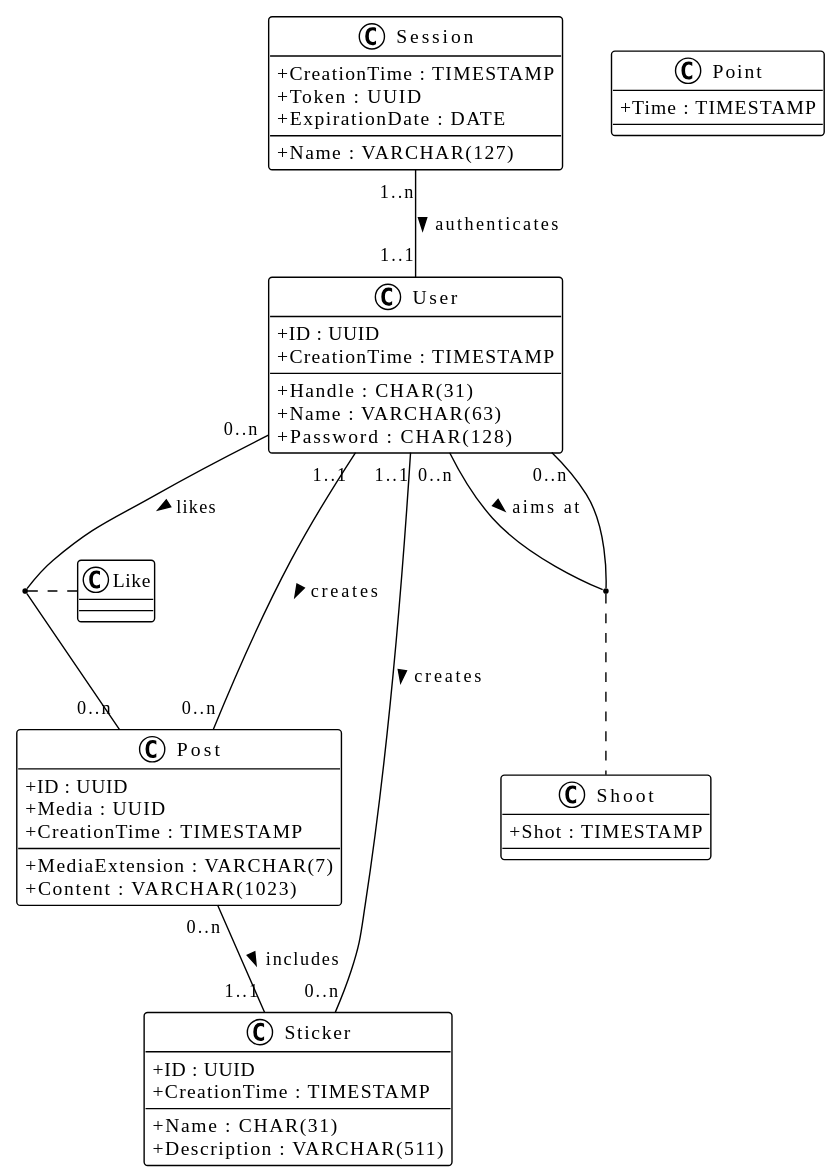
Before: doc/hiddlestickUML.svg, a diagram exported from PlantUML (luca-baeck/Soziales-Netzwerk).
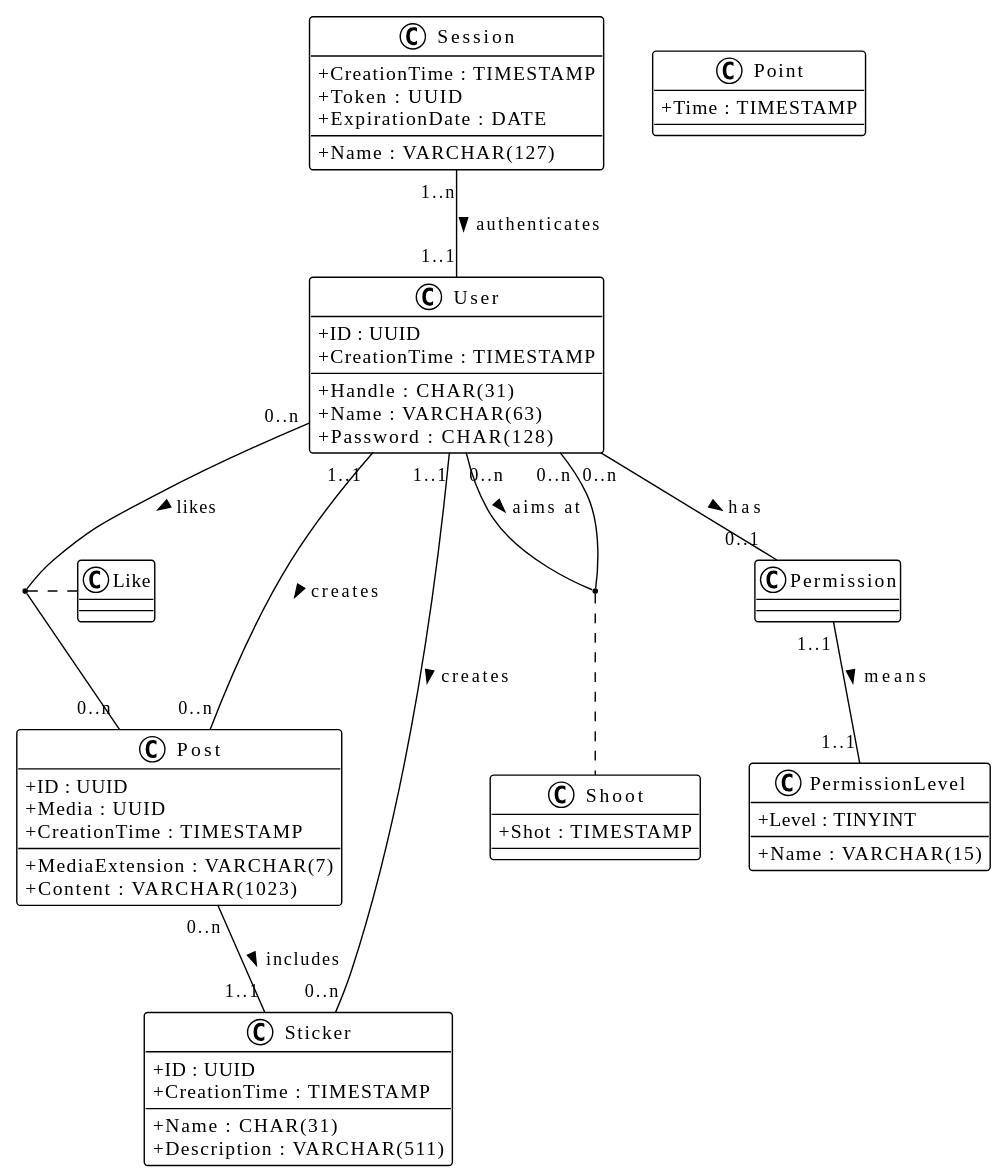
Later version of the same file.

What changed in the source:
```diff
@@ -32,6 +32,8 @@
 Post "0..n" -- "1..1" Sticker : includes >
 User "0..n" -- "0..n" Post : likes >
 Session "1..n" -- "1..1" User : authenticates >
+User "0..n" -- "0..1" Permission : has >
+Permission "1..1" -- "1..1" PermissionLevel : means >
 (User, Post) . Like
 
 class Shoot{
@@ -48,4 +50,12 @@
     + Token : UUID
     + ExpirationDate : DATE
 }
+
+class Permission{
+}
+
+class PermissionLevel{
+    + Level : TINYINT
+    + Name : VARCHAR(15)
+}
 @enduml
```
